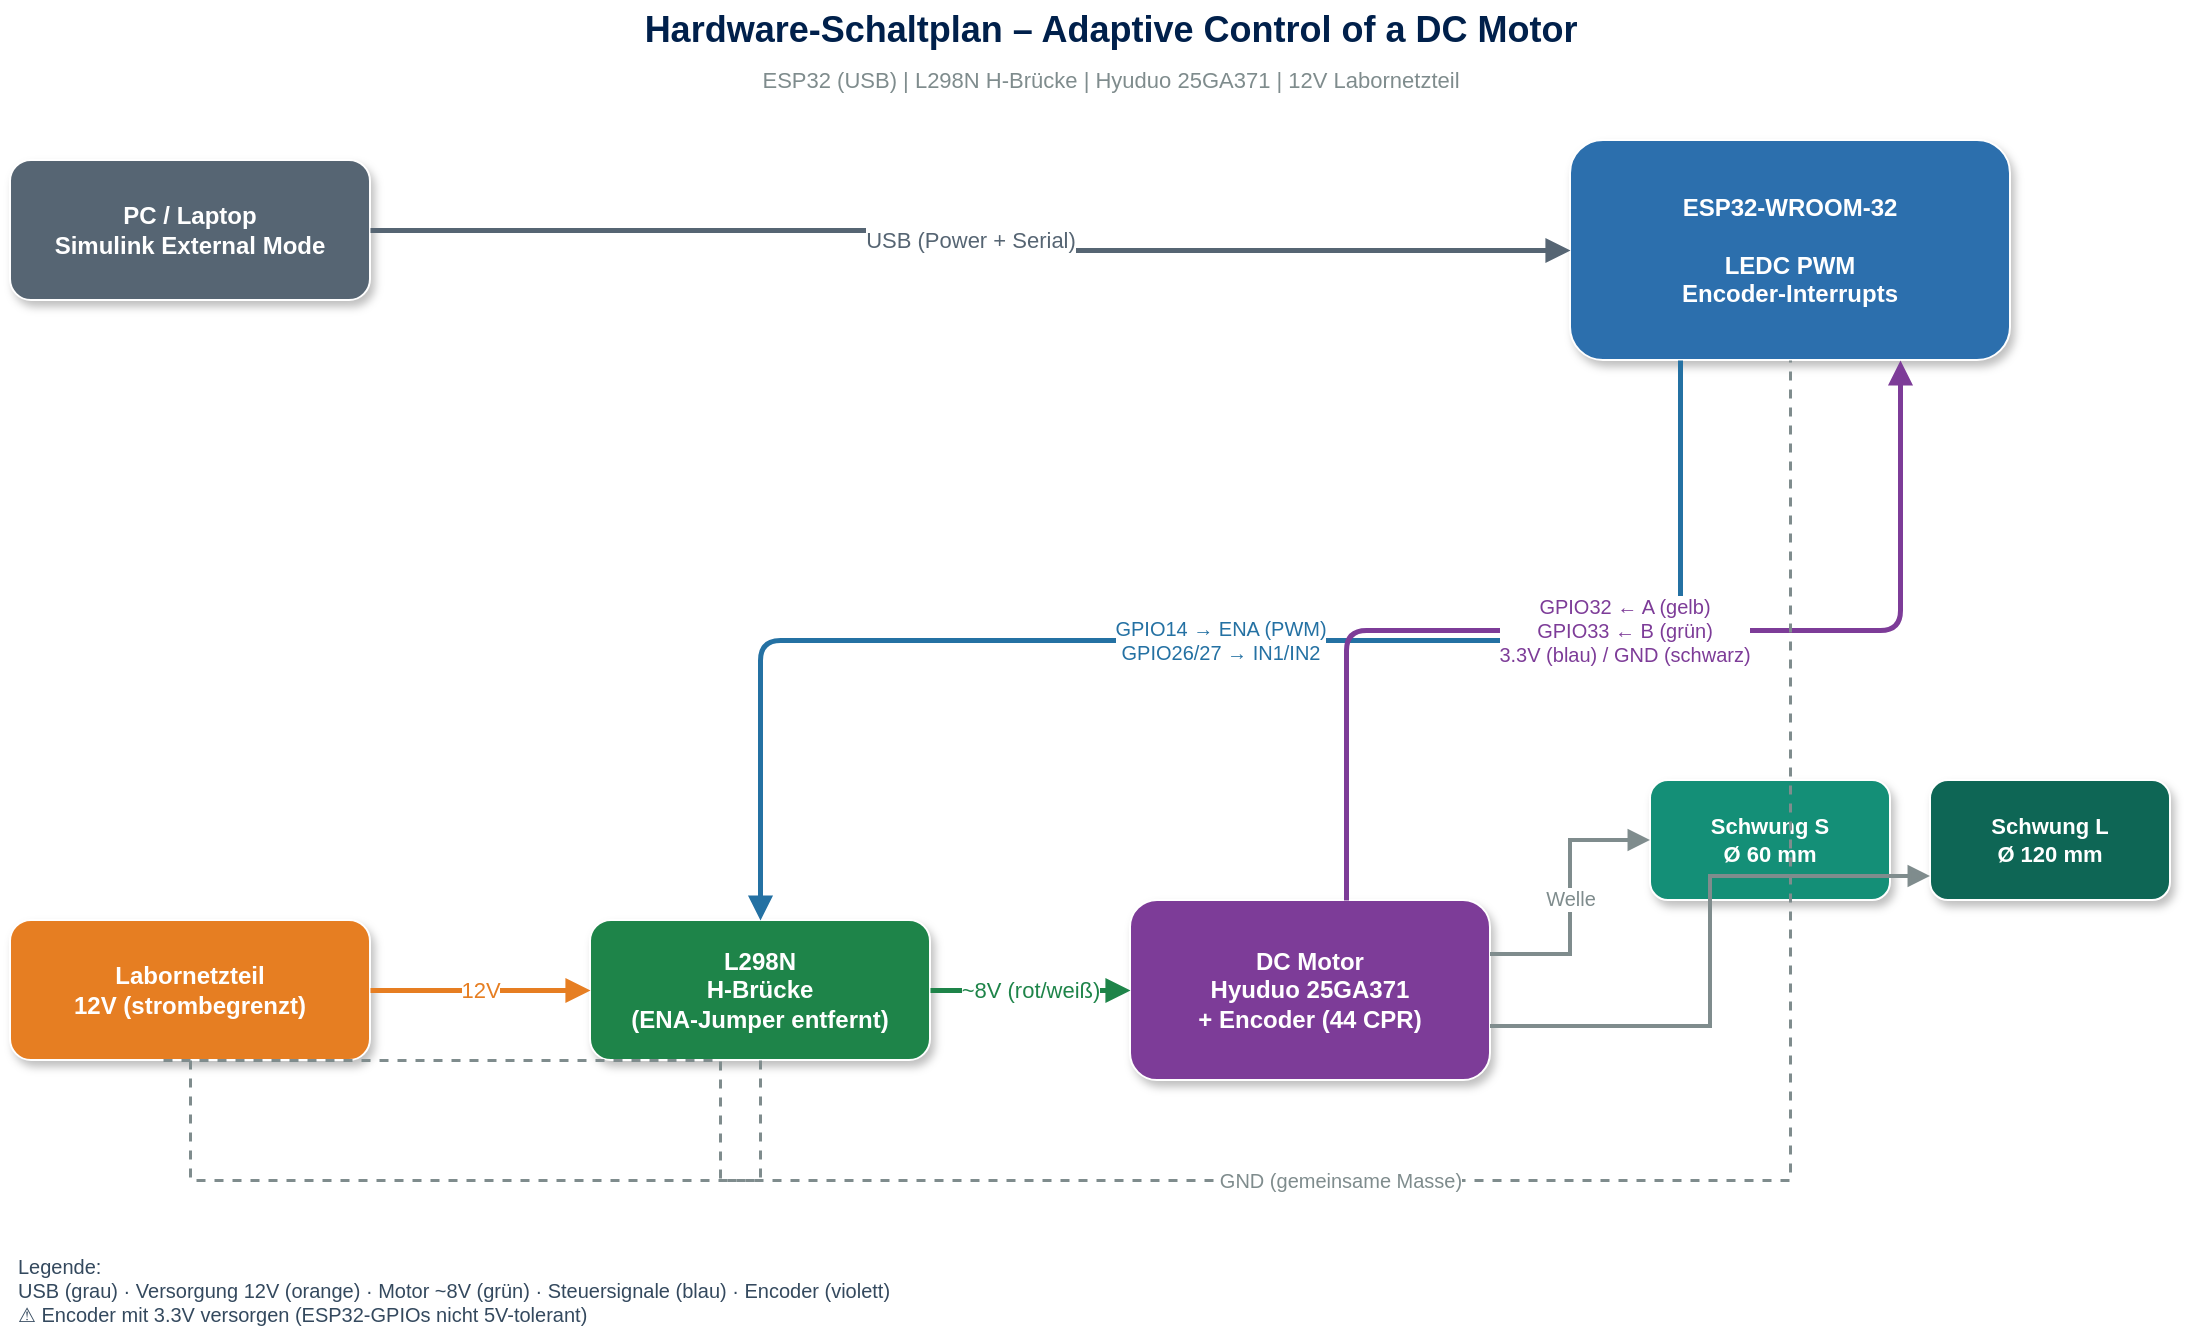
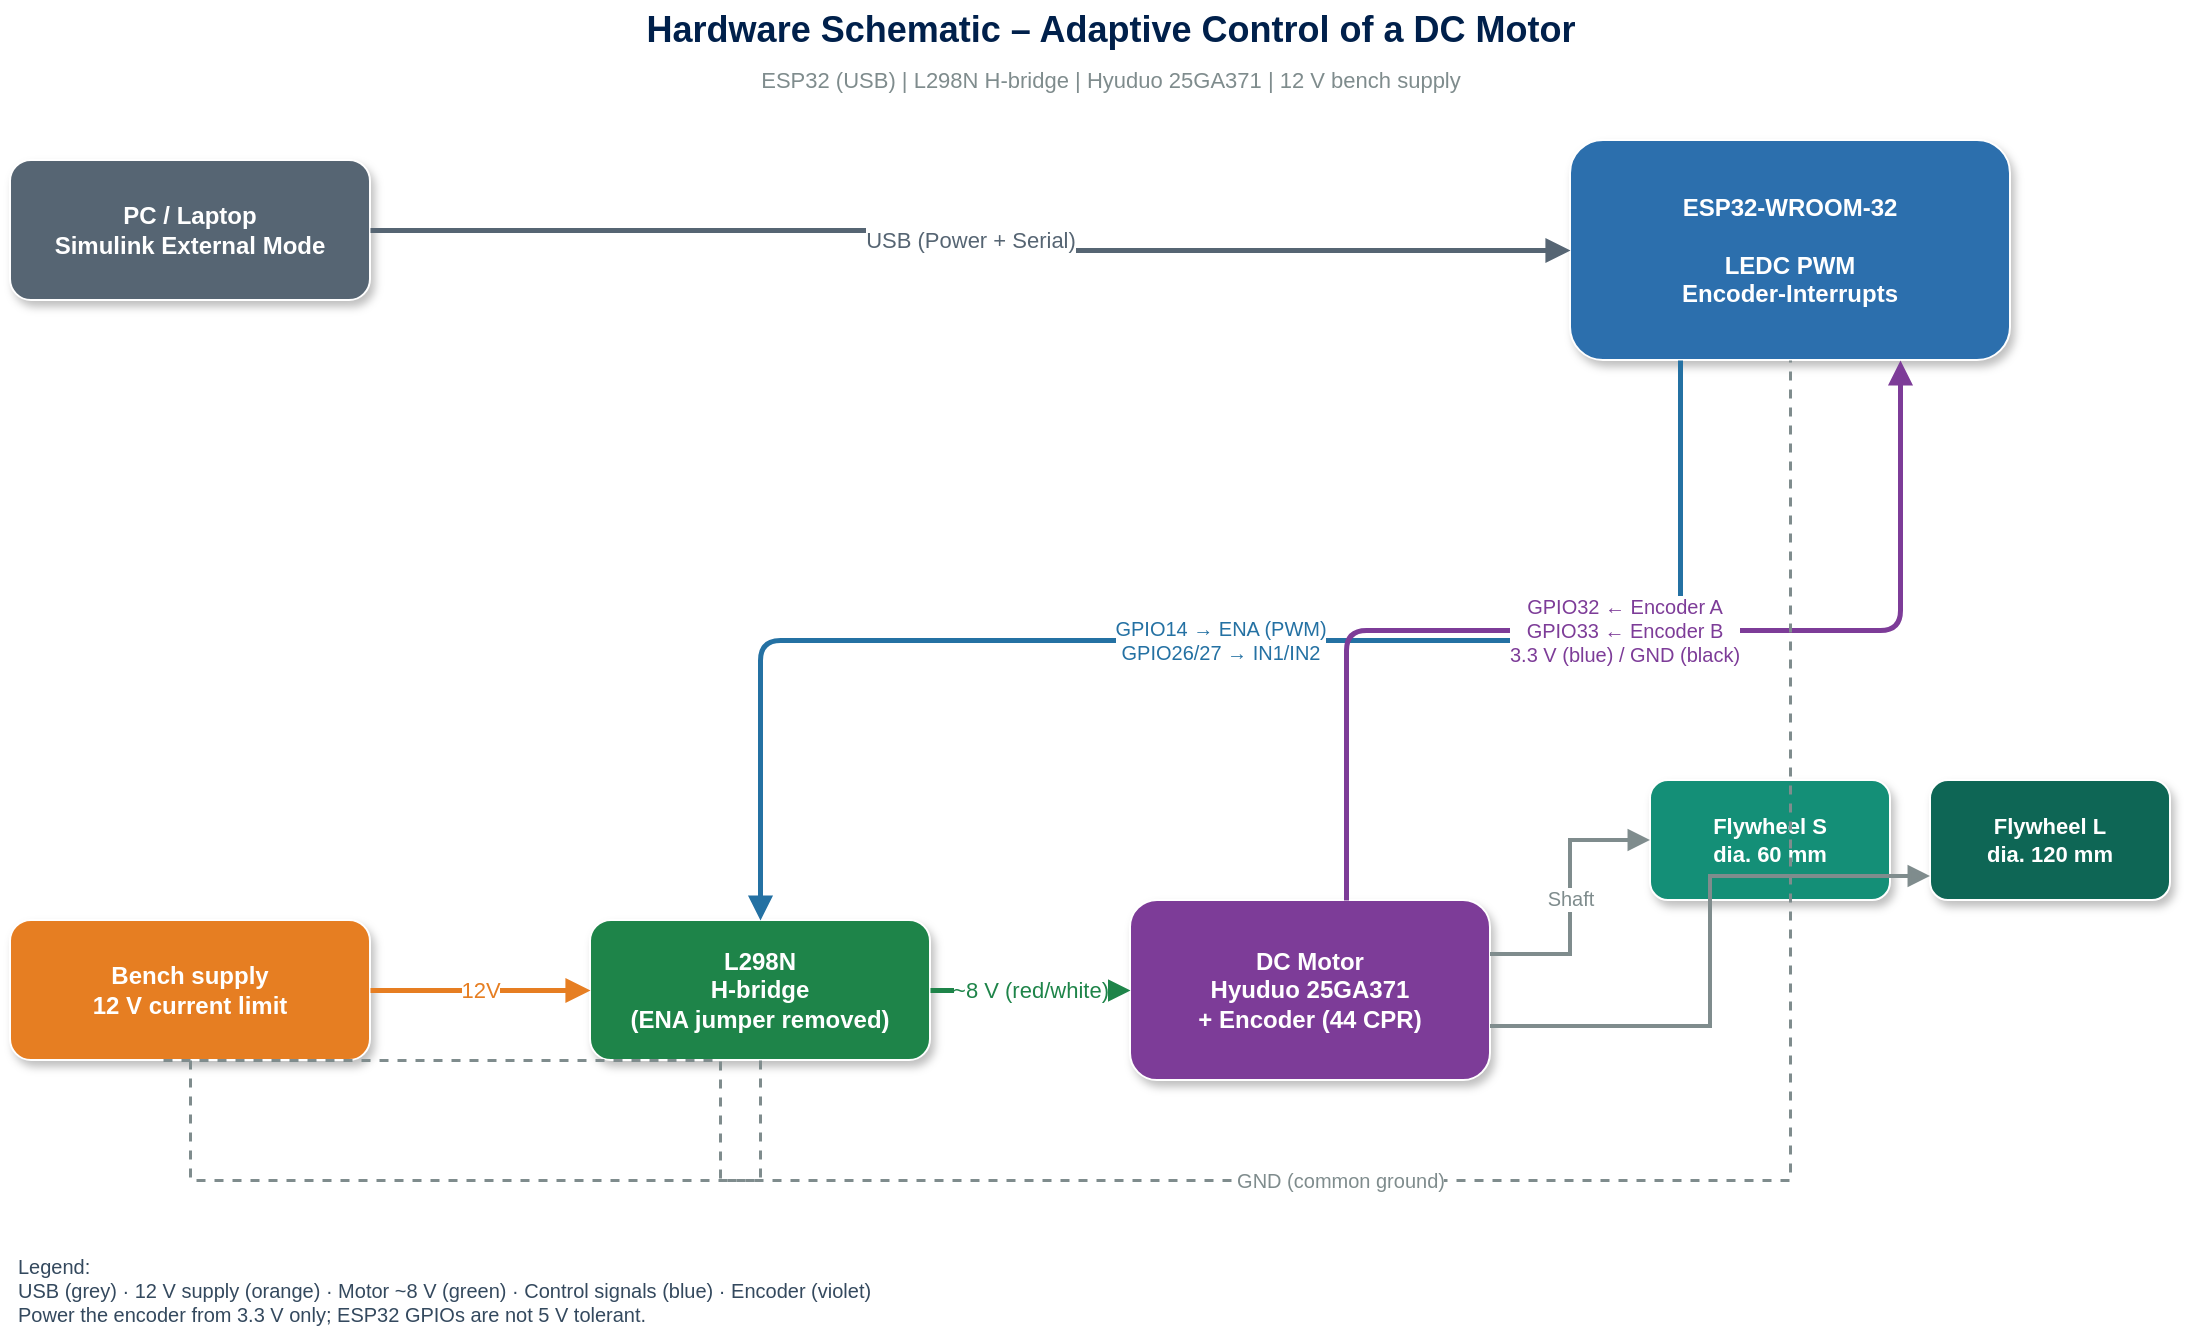
<mxfile host="app.diagrams.net" type="device">
-   <diagram id="schaltplan-acdc" name="Schaltplan">
+   <diagram id="schaltplan-acdc" name="Schematic">
    <mxGraphModel dx="1100" dy="700" grid="1" gridSize="10" guides="1" tooltips="1" connect="1" arrows="1" fold="1" page="1" pageScale="1" pageWidth="1169" pageHeight="700" math="0" shadow="0">
      <root>
        <mxCell id="0" />
        <mxCell id="1" parent="0" />

        <!-- Title -->
-         <mxCell id="title" value="Hardware-Schaltplan &#8211; Adaptive Control of a DC Motor" style="text;html=1;align=center;verticalAlign=middle;fontColor=#00204B;fontSize=18;fontStyle=1;" vertex="1" parent="1">
+         <mxCell id="title" value="Hardware Schematic &#8211; Adaptive Control of a DC Motor" style="text;html=1;align=center;verticalAlign=middle;fontColor=#00204B;fontSize=18;fontStyle=1;" vertex="1" parent="1">
          <mxGeometry x="240" y="10" width="700" height="30" as="geometry" />
        </mxCell>
-         <mxCell id="subtitle" value="ESP32 (USB)  |  L298N H-Br&#252;cke  |  Hyuduo 25GA371  |  12V Labornetzteil" style="text;html=1;align=center;verticalAlign=middle;fontColor=#7F8C8D;fontSize=11;" vertex="1" parent="1">
+         <mxCell id="subtitle" value="ESP32 (USB)  |  L298N H-bridge  |  Hyuduo 25GA371  |  12 V bench supply" style="text;html=1;align=center;verticalAlign=middle;fontColor=#7F8C8D;fontSize=11;" vertex="1" parent="1">
          <mxGeometry x="240" y="40" width="700" height="20" as="geometry" />
        </mxCell>

        <!-- Nodes -->
        <mxCell id="pc" value="PC / Laptop&#10;Simulink External Mode" style="rounded=1;whiteSpace=wrap;html=1;fillColor=#566573;strokeColor=#FFFFFF;fontColor=#FFFFFF;fontSize=12;fontStyle=1;shadow=1;" vertex="1" parent="1">
          <mxGeometry x="40" y="90" width="180" height="70" as="geometry" />
        </mxCell>
        <mxCell id="esp" value="ESP32-WROOM-32&#10;&#10;LEDC PWM&#10;Encoder-Interrupts" style="rounded=1;whiteSpace=wrap;html=1;fillColor=#2C6FAD;strokeColor=#FFFFFF;fontColor=#FFFFFF;fontSize=12;fontStyle=1;shadow=1;" vertex="1" parent="1">
          <mxGeometry x="820" y="80" width="220" height="110" as="geometry" />
        </mxCell>
-         <mxCell id="psu" value="Labornetzteil&#10;12V (strombegrenzt)" style="rounded=1;whiteSpace=wrap;html=1;fillColor=#E67E22;strokeColor=#FFFFFF;fontColor=#FFFFFF;fontSize=12;fontStyle=1;shadow=1;" vertex="1" parent="1">
+         <mxCell id="psu" value="Bench supply&#10;12 V current limit" style="rounded=1;whiteSpace=wrap;html=1;fillColor=#E67E22;strokeColor=#FFFFFF;fontColor=#FFFFFF;fontSize=12;fontStyle=1;shadow=1;" vertex="1" parent="1">
          <mxGeometry x="40" y="470" width="180" height="70" as="geometry" />
        </mxCell>
-         <mxCell id="l298" value="L298N&#10;H-Br&#252;cke&#10;(ENA-Jumper entfernt)" style="rounded=1;whiteSpace=wrap;html=1;fillColor=#1E8449;strokeColor=#FFFFFF;fontColor=#FFFFFF;fontSize=12;fontStyle=1;shadow=1;" vertex="1" parent="1">
+         <mxCell id="l298" value="L298N&#10;H-bridge&#10;(ENA jumper removed)" style="rounded=1;whiteSpace=wrap;html=1;fillColor=#1E8449;strokeColor=#FFFFFF;fontColor=#FFFFFF;fontSize=12;fontStyle=1;shadow=1;" vertex="1" parent="1">
          <mxGeometry x="330" y="470" width="170" height="70" as="geometry" />
        </mxCell>
        <mxCell id="motor" value="DC Motor&#10;Hyuduo 25GA371&#10;+ Encoder (44 CPR)" style="rounded=1;whiteSpace=wrap;html=1;fillColor=#7D3C98;strokeColor=#FFFFFF;fontColor=#FFFFFF;fontSize=12;fontStyle=1;shadow=1;" vertex="1" parent="1">
          <mxGeometry x="600" y="460" width="180" height="90" as="geometry" />
        </mxCell>
-         <mxCell id="fws" value="Schwung S&#10;&#216; 60 mm" style="rounded=1;whiteSpace=wrap;html=1;fillColor=#148F77;strokeColor=#FFFFFF;fontColor=#FFFFFF;fontSize=11;fontStyle=1;shadow=1;" vertex="1" parent="1">
+         <mxCell id="fws" value="Flywheel S&#10;dia. 60 mm" style="rounded=1;whiteSpace=wrap;html=1;fillColor=#148F77;strokeColor=#FFFFFF;fontColor=#FFFFFF;fontSize=11;fontStyle=1;shadow=1;" vertex="1" parent="1">
          <mxGeometry x="860" y="400" width="120" height="60" as="geometry" />
        </mxCell>
-         <mxCell id="fwl" value="Schwung L&#10;&#216; 120 mm" style="rounded=1;whiteSpace=wrap;html=1;fillColor=#0E6655;strokeColor=#FFFFFF;fontColor=#FFFFFF;fontSize=11;fontStyle=1;shadow=1;" vertex="1" parent="1">
+         <mxCell id="fwl" value="Flywheel L&#10;dia. 120 mm" style="rounded=1;whiteSpace=wrap;html=1;fillColor=#0E6655;strokeColor=#FFFFFF;fontColor=#FFFFFF;fontSize=11;fontStyle=1;shadow=1;" vertex="1" parent="1">
          <mxGeometry x="1000" y="400" width="120" height="60" as="geometry" />
        </mxCell>

        <!-- Edges -->
        <mxCell id="e_usb" value="USB (Power + Serial)" style="edgeStyle=orthogonalEdgeStyle;rounded=0;html=1;strokeColor=#566573;strokeWidth=2.5;fontColor=#566573;fontSize=11;endArrow=block;endFill=1;exitX=1;exitY=0.5;exitDx=0;exitDy=0;entryX=0;entryY=0.5;entryDx=0;entryDy=0;" edge="1" parent="1" source="pc" target="esp">
          <mxGeometry relative="1" as="geometry" />
        </mxCell>
        <mxCell id="e_pwr" value="12V" style="edgeStyle=orthogonalEdgeStyle;rounded=0;html=1;strokeColor=#E67E22;strokeWidth=2.5;fontColor=#E67E22;fontSize=11;endArrow=block;endFill=1;exitX=1;exitY=0.5;exitDx=0;exitDy=0;entryX=0;entryY=0.5;entryDx=0;entryDy=0;" edge="1" parent="1" source="psu" target="l298">
          <mxGeometry relative="1" as="geometry" />
        </mxCell>
-         <mxCell id="e_mot" value="~8V (rot/wei&#223;)" style="edgeStyle=orthogonalEdgeStyle;rounded=0;html=1;strokeColor=#1E8449;strokeWidth=2.5;fontColor=#1E8449;fontSize=11;endArrow=block;endFill=1;exitX=1;exitY=0.5;exitDx=0;exitDy=0;entryX=0;entryY=0.5;entryDx=0;entryDy=0;" edge="1" parent="1" source="l298" target="motor">
+         <mxCell id="e_mot" value="~8 V (red/white)" style="edgeStyle=orthogonalEdgeStyle;rounded=0;html=1;strokeColor=#1E8449;strokeWidth=2.5;fontColor=#1E8449;fontSize=11;endArrow=block;endFill=1;exitX=1;exitY=0.5;exitDx=0;exitDy=0;entryX=0;entryY=0.5;entryDx=0;entryDy=0;" edge="1" parent="1" source="l298" target="motor">
          <mxGeometry relative="1" as="geometry" />
        </mxCell>
        <mxCell id="e_ctrl" value="GPIO14 &#8594; ENA (PWM)&#10;GPIO26/27 &#8594; IN1/IN2" style="edgeStyle=orthogonalEdgeStyle;rounded=1;html=1;strokeColor=#2471A3;strokeWidth=2.5;fontColor=#2471A3;fontSize=10;endArrow=block;endFill=1;exitX=0.25;exitY=1;exitDx=0;exitDy=0;entryX=0.5;entryY=0;entryDx=0;entryDy=0;" edge="1" parent="1" source="esp" target="l298">
          <mxGeometry relative="1" as="geometry" />
        </mxCell>
-         <mxCell id="e_enc" value="GPIO32 &#8592; A (gelb)&#10;GPIO33 &#8592; B (gr&#252;n)&#10;3.3V (blau) / GND (schwarz)" style="edgeStyle=orthogonalEdgeStyle;rounded=1;html=1;strokeColor=#7D3C98;strokeWidth=2.5;fontColor=#7D3C98;fontSize=10;endArrow=block;endFill=1;exitX=0.6;exitY=0;exitDx=0;exitDy=0;entryX=0.75;entryY=1;entryDx=0;entryDy=0;" edge="1" parent="1" source="motor" target="esp">
+         <mxCell id="e_enc" value="GPIO32 &#8592; Encoder A&#10;GPIO33 &#8592; Encoder B&#10;3.3 V (blue) / GND (black)" style="edgeStyle=orthogonalEdgeStyle;rounded=1;html=1;strokeColor=#7D3C98;strokeWidth=2.5;fontColor=#7D3C98;fontSize=10;endArrow=block;endFill=1;exitX=0.6;exitY=0;exitDx=0;exitDy=0;entryX=0.75;entryY=1;entryDx=0;entryDy=0;" edge="1" parent="1" source="motor" target="esp">
          <mxGeometry relative="1" as="geometry" />
        </mxCell>
-         <mxCell id="e_w1" value="Welle" style="edgeStyle=orthogonalEdgeStyle;rounded=0;html=1;strokeColor=#7F8C8D;strokeWidth=2;fontColor=#7F8C8D;fontSize=10;endArrow=block;endFill=1;exitX=1;exitY=0.3;exitDx=0;exitDy=0;entryX=0;entryY=0.5;entryDx=0;entryDy=0;" edge="1" parent="1" source="motor" target="fws">
+         <mxCell id="e_w1" value="Shaft" style="edgeStyle=orthogonalEdgeStyle;rounded=0;html=1;strokeColor=#7F8C8D;strokeWidth=2;fontColor=#7F8C8D;fontSize=10;endArrow=block;endFill=1;exitX=1;exitY=0.3;exitDx=0;exitDy=0;entryX=0;entryY=0.5;entryDx=0;entryDy=0;" edge="1" parent="1" source="motor" target="fws">
          <mxGeometry relative="1" as="geometry" />
        </mxCell>
        <mxCell id="e_w2" value="" style="edgeStyle=orthogonalEdgeStyle;rounded=0;html=1;strokeColor=#7F8C8D;strokeWidth=2;endArrow=block;endFill=1;exitX=1;exitY=0.7;exitDx=0;exitDy=0;entryX=0;entryY=0.8;entryDx=0;entryDy=0;" edge="1" parent="1" source="motor" target="fwl">
          <mxGeometry relative="1" as="geometry" />
        </mxCell>

        <!-- Common ground (dashed) -->
-         <mxCell id="e_gnd" value="GND (gemeinsame Masse)" style="edgeStyle=orthogonalEdgeStyle;rounded=0;html=1;dashed=1;strokeColor=#7F8C8D;strokeWidth=1.5;fontColor=#7F8C8D;fontSize=10;endArrow=none;exitX=0.5;exitY=1;exitDx=0;exitDy=0;entryX=0.5;entryY=1;entryDx=0;entryDy=0;" edge="1" parent="1" source="psu" target="esp">
+         <mxCell id="e_gnd" value="GND (common ground)" style="edgeStyle=orthogonalEdgeStyle;rounded=0;html=1;dashed=1;strokeColor=#7F8C8D;strokeWidth=1.5;fontColor=#7F8C8D;fontSize=10;endArrow=none;exitX=0.5;exitY=1;exitDx=0;exitDy=0;entryX=0.5;entryY=1;entryDx=0;entryDy=0;" edge="1" parent="1" source="psu" target="esp">
          <mxGeometry relative="1" as="geometry">
            <Array as="points">
              <mxPoint x="130" y="600" />
              <mxPoint x="930" y="600" />
            </Array>
          </mxGeometry>
        </mxCell>
        <mxCell id="e_gnd2" value="" style="edgeStyle=orthogonalEdgeStyle;rounded=0;html=1;dashed=1;strokeColor=#7F8C8D;strokeWidth=1.5;endArrow=none;exitX=0.5;exitY=1;exitDx=0;exitDy=0;entryX=0.4;entryY=1;entryDx=0;entryDy=0;" edge="1" parent="1" source="l298" target="psu">
          <mxGeometry relative="1" as="geometry">
            <Array as="points">
              <mxPoint x="395" y="600" />
            </Array>
          </mxGeometry>
        </mxCell>

        <!-- Legend -->
-         <mxCell id="leg" value="Legende:&#10;USB (grau)  &#183;  Versorgung 12V (orange)  &#183;  Motor ~8V (gr&#252;n)  &#183;  Steuersignale (blau)  &#183;  Encoder (violett)&#10;&#9888; Encoder mit 3.3V versorgen (ESP32-GPIOs nicht 5V-tolerant)" style="text;html=1;align=left;verticalAlign=middle;fontColor=#34495E;fontSize=10;spacing=4;" vertex="1" parent="1">
+         <mxCell id="leg" value="Legend:&#10;USB (grey)  &#183;  12 V supply (orange)  &#183;  Motor ~8 V (green)  &#183;  Control signals (blue)  &#183;  Encoder (violet)&#10;Power the encoder from 3.3 V only; ESP32 GPIOs are not 5 V tolerant." style="text;html=1;align=left;verticalAlign=middle;fontColor=#34495E;fontSize=10;spacing=4;" vertex="1" parent="1">
          <mxGeometry x="40" y="630" width="900" height="50" as="geometry" />
        </mxCell>
      </root>
    </mxGraphModel>
  </diagram>
</mxfile>
